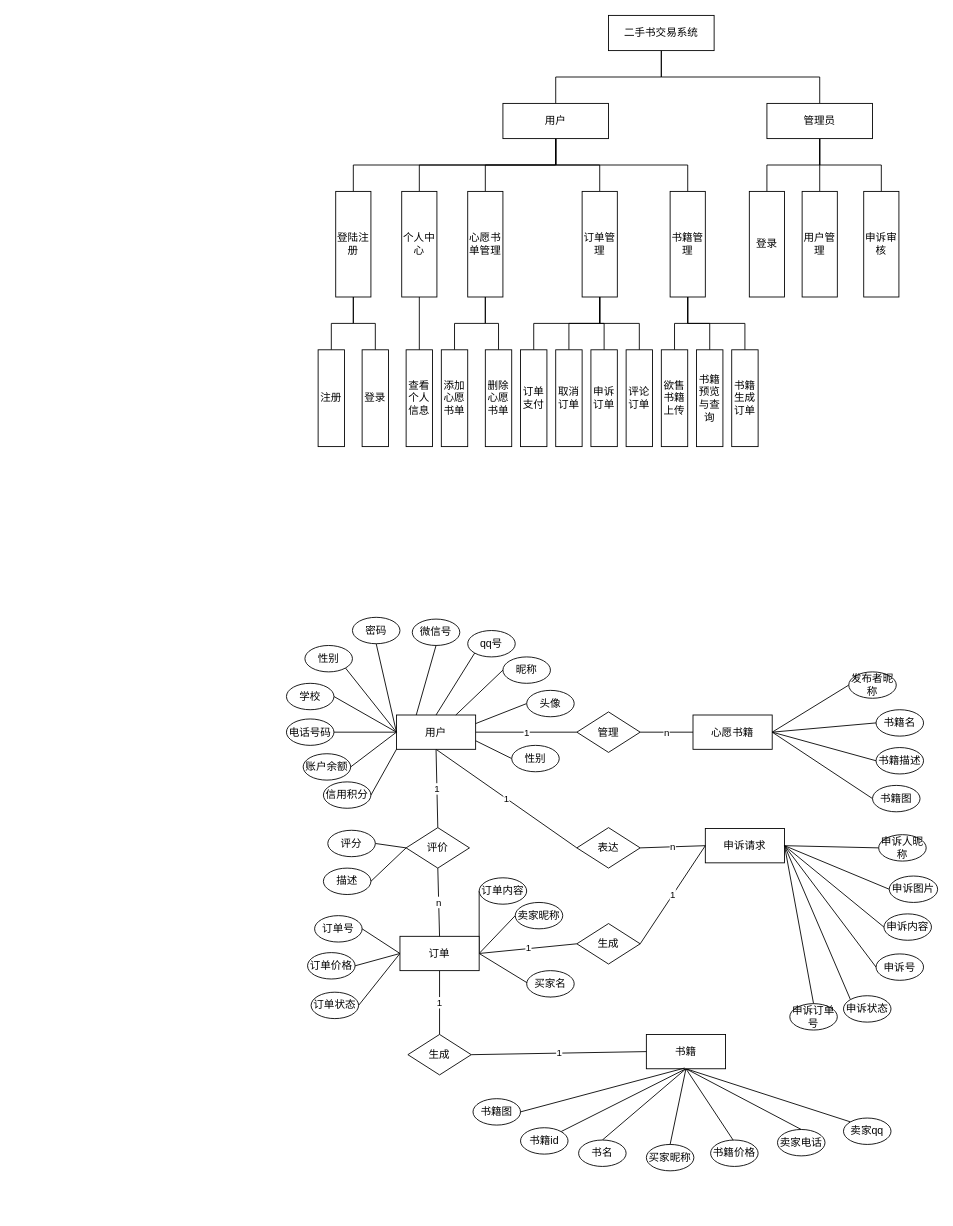
Before: Untitled Diagram.drawio in 2864230518/WordCount, a draw.io diagram. Source tidied: cells renumbered, new cells numbered last; positions are measured from the earlier drawing's top-left corner, leaving out a move shared by most shapes. Both pictures are drawn from the tidied source at 88%, with x=0, y=0 at pixel (286, 15).
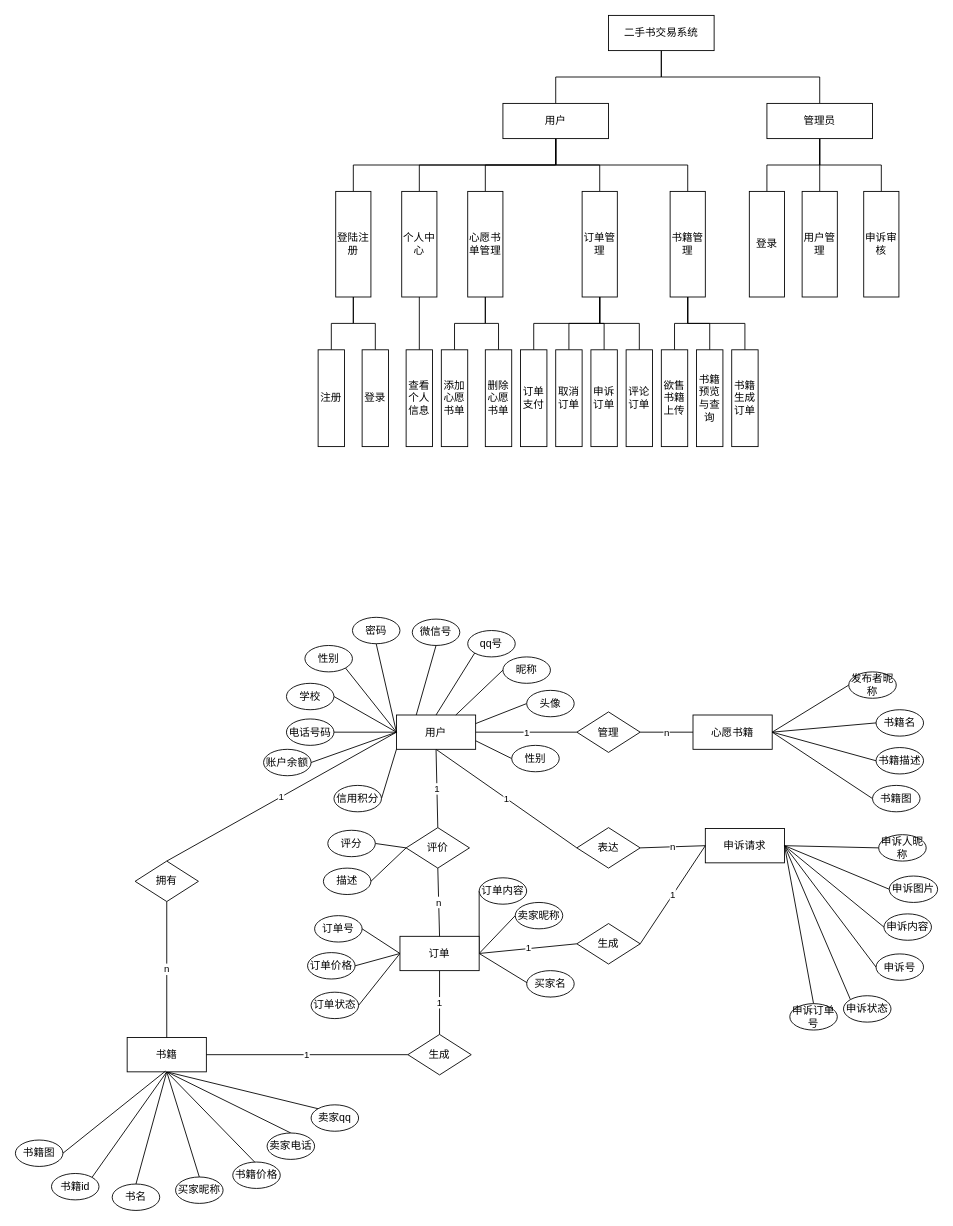
Above is the later version.

The change refers to these unchanged cells:
```xml
<mxCell id="51" value="用户" style="rounded=0;whiteSpace=wrap;html=1;" parent="1" vertex="1">
  <mxGeometry x="125" y="795" width="90" height="39" as="geometry" />
</mxCell>
<mxCell id="77" value="生成" style="rhombus;whiteSpace=wrap;html=1;" parent="1" vertex="1">
  <mxGeometry x="138" y="1158" width="72" height="46" as="geometry" />
</mxCell>
```

What changed in the source:
```diff
@@
+    <mxCell id="141" value="1" style="edgeStyle=none;rounded=0;jettySize=auto;html=1;exitX=0;exitY=0.5;exitDx=0;exitDy=0;entryX=0.5;entryY=0;entryDx=0;entryDy=0;endArrow=none;endFill=0;" parent="1" edge="1" source="51" target="143">
+      <mxGeometry relative="1" as="geometry" />
+    </mxCell>
@@
     <mxCell id="67" value="书籍" style="rounded=0;whiteSpace=wrap;html=1;" parent="1" vertex="1">
-      <mxGeometry x="409" y="1158" width="90" height="39" as="geometry" />
+      <mxGeometry x="-181" y="1161.5" width="90" height="39" as="geometry" />
     </mxCell>
@@
-    <mxCell id="76" value="1" style="edgeStyle=none;rounded=0;jettySize=auto;html=1;exitX=1;exitY=0.5;exitDx=0;exitDy=0;entryX=0;entryY=0.5;entryDx=0;entryDy=0;endArrow=none;endFill=0;" parent="1" edge="1" source="77" target="67">
+    <mxCell id="76" value="1" style="edgeStyle=none;rounded=0;jettySize=auto;html=1;exitX=0;exitY=0.5;exitDx=0;exitDy=0;entryX=1;entryY=0.5;entryDx=0;entryDy=0;endArrow=none;endFill=0;" parent="1" edge="1" source="77" target="67">
       <mxGeometry relative="1" as="geometry" />
     </mxCell>
@@
     <mxCell id="98" value="账户余额" style="ellipse;whiteSpace=wrap;html=1;" parent="1" vertex="1">
-      <mxGeometry x="19" y="839" width="54" height="30" as="geometry" />
+      <mxGeometry x="-26" y="834" width="54" height="30" as="geometry" />
     </mxCell>
@@
     <mxCell id="100" value="信用积分" style="ellipse;whiteSpace=wrap;html=1;" parent="1" vertex="1">
-      <mxGeometry x="42" y="871" width="54" height="30" as="geometry" />
+      <mxGeometry x="54" y="875" width="54" height="30" as="geometry" />
     </mxCell>
@@
     <mxCell id="103" value="书名" style="ellipse;whiteSpace=wrap;html=1;" parent="1" vertex="1">
-      <mxGeometry x="332" y="1278" width="54" height="30" as="geometry" />
+      <mxGeometry x="-198" y="1328" width="54" height="30" as="geometry" />
     </mxCell>
     <mxCell id="104" value="买家昵称" style="ellipse;whiteSpace=wrap;html=1;" parent="1" vertex="1">
-      <mxGeometry x="409" y="1283" width="54" height="30" as="geometry" />
+      <mxGeometry x="-126" y="1320" width="54" height="30" as="geometry" />
     </mxCell>
     <mxCell id="105" value="书籍价格" style="ellipse;whiteSpace=wrap;html=1;" parent="1" vertex="1">
-      <mxGeometry x="482" y="1278" width="54" height="30" as="geometry" />
+      <mxGeometry x="-61" y="1303" width="54" height="30" as="geometry" />
     </mxCell>
     <mxCell id="106" value="卖家电话" style="ellipse;whiteSpace=wrap;html=1;" parent="1" vertex="1">
-      <mxGeometry x="558" y="1266" width="54" height="30" as="geometry" />
+      <mxGeometry x="-22" y="1270" width="54" height="30" as="geometry" />
     </mxCell>
     <mxCell id="107" value="卖家qq" style="ellipse;whiteSpace=wrap;html=1;" parent="1" vertex="1">
-      <mxGeometry x="633" y="1253" width="54" height="30" as="geometry" />
+      <mxGeometry x="28" y="1238" width="54" height="30" as="geometry" />
     </mxCell>
     <mxCell id="108" value="书籍id" style="ellipse;whiteSpace=wrap;html=1;" parent="1" vertex="1">
-      <mxGeometry x="266" y="1264" width="54" height="30" as="geometry" />
+      <mxGeometry x="-267" y="1316" width="54" height="30" as="geometry" />
     </mxCell>
@@
     <mxCell id="126" value="书籍图" style="ellipse;whiteSpace=wrap;html=1;" parent="1" vertex="1">
-      <mxGeometry x="212" y="1231" width="54" height="30" as="geometry" />
+      <mxGeometry x="-308" y="1278" width="54" height="30" as="geometry" />
     </mxCell>
@@
+    <mxCell id="142" value="n" style="edgeStyle=none;rounded=0;jettySize=auto;html=1;entryX=0.5;entryY=0;entryDx=0;entryDy=0;endArrow=none;endFill=0;" parent="1" edge="1" source="143" target="67">
+      <mxGeometry relative="1" as="geometry" />
+    </mxCell>
+    <mxCell id="143" value="拥有" style="rhombus;whiteSpace=wrap;html=1;" parent="1" vertex="1">
+      <mxGeometry x="-172" y="961" width="72" height="46" as="geometry" />
+    </mxCell>
```
